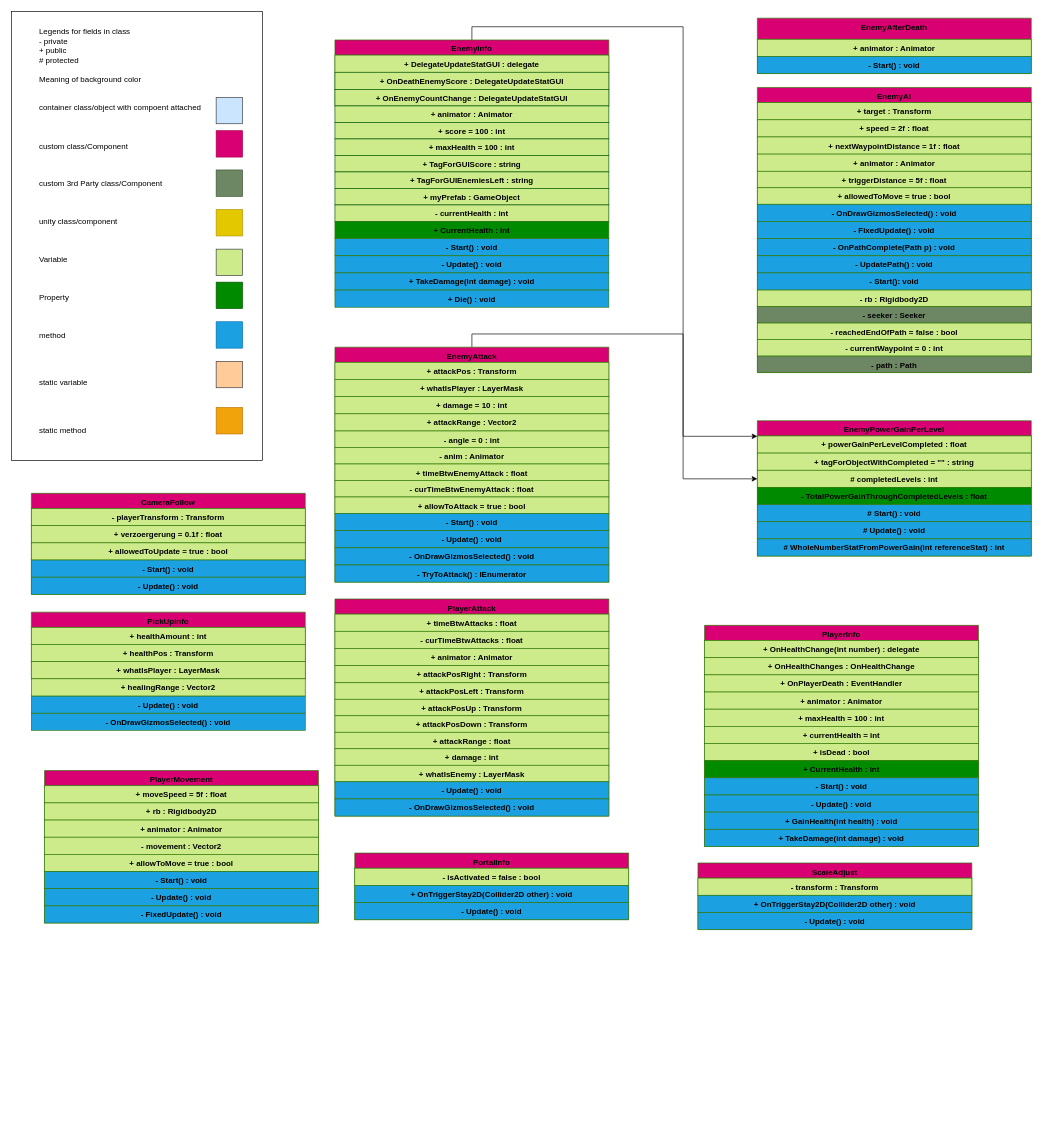
BoolPurist/Sunken-Castle keeps this draw.io diagram as Docs/Diagramms/ComponentMoveableObjectDiagramm.drawio. Above is the earlier version. Source tidied: cells renumbered, new cells numbered last; positions are measured from the earlier drawing's top-left corner, leaving out a move shared by most shapes. Both pictures are drawn from the tidied source at 66%, with x=0, y=0 at pixel (11, 11).
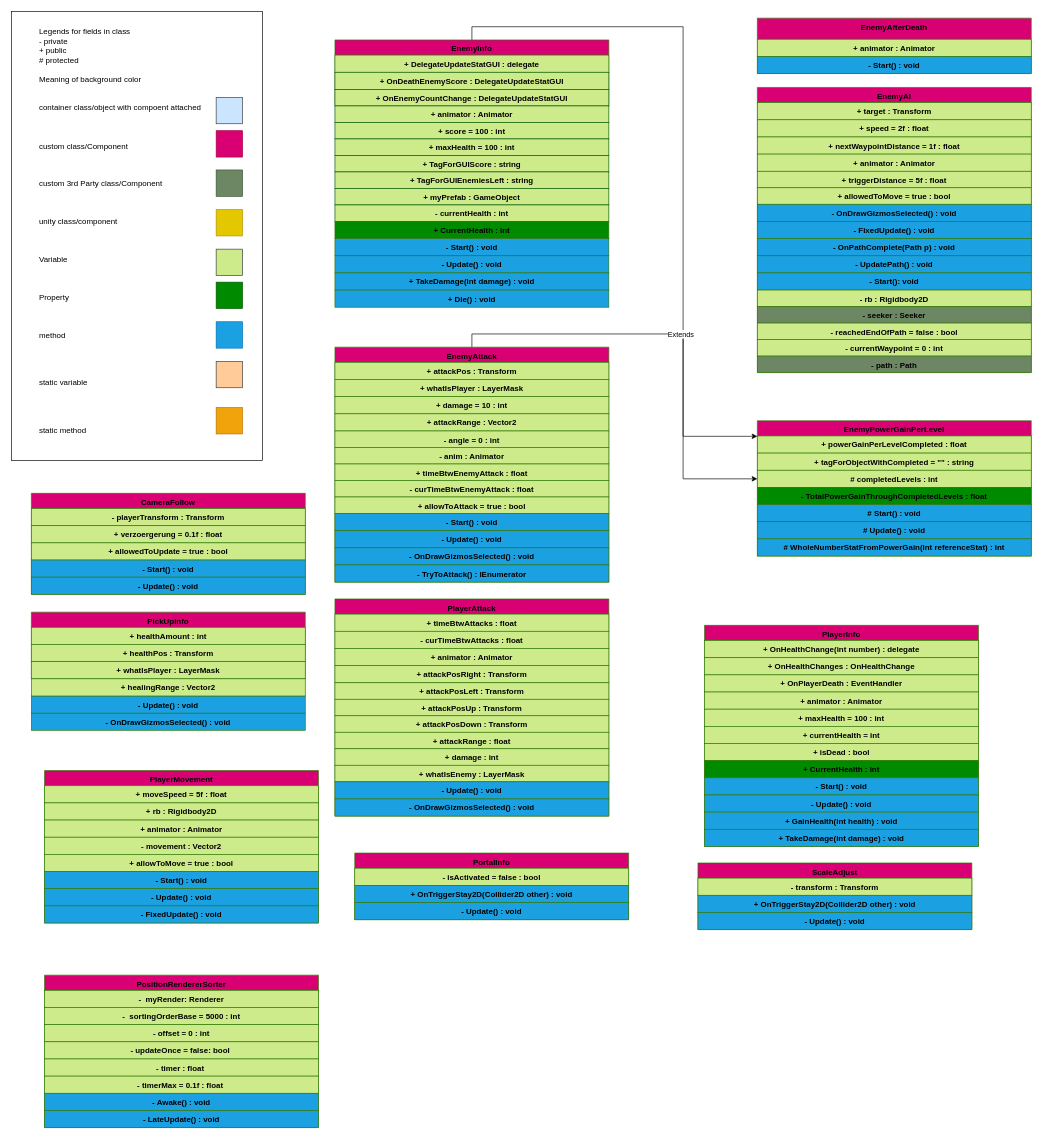
Above is the later version.

Commit message (it also covers changes not shown here):
Creating Diagramm and Refactured code for report.

Unchanged cells that the change refers to:
```xml
<mxCell id="32" value="EnemyAttack" style="swimlane;fontStyle=1;horizontal=1;fillColor=#D80073;fontColor=#000000;align=center;verticalAlign=top;strokeColor=#2D7600;gradientColor=none;spacingLeft=4;spacingRight=4;" parent="1" vertex="1">
  <mxGeometry x="490" y="508.5" width="415" height="356" as="geometry" />
</mxCell>
<mxCell id="125" value="# completedLevels : int" style="text;strokeColor=#2D7600;fillColor=#CDEB8B;align=center;verticalAlign=top;spacingLeft=4;spacingRight=4;overflow=hidden;points=[[0,0.5],[1,0.5]];portConstraint=eastwest;fontColor=#000000;fontStyle=1;" parent="122" vertex="1">
  <mxGeometry y="75" width="415" height="26" as="geometry" />
</mxCell>
```

Change to the diagram source:
```diff
@@
-    <mxCell id="31" style="edgeStyle=orthogonalEdgeStyle;rounded=0;jettySize=auto;html=1;exitX=0.5;exitY=0;exitDx=0;exitDy=0;entryX=0;entryY=0.5;entryDx=0;entryDy=0;" parent="1" edge="1" source="32" target="125">
+    <mxCell id="31" value="Extends" style="edgeStyle=orthogonalEdgeStyle;rounded=0;jettySize=auto;html=1;exitX=0.5;exitY=0;exitDx=0;exitDy=0;entryX=0;entryY=0.5;entryDx=0;entryDy=0;fontColor=#000000;" parent="1" edge="1" source="32" target="125">
       <mxGeometry relative="1" as="geometry" />
     </mxCell>
@@
+    <mxCell id="130" value="PositionRendererSorter" style="swimlane;fontStyle=1;horizontal=1;fillColor=#D80073;fontColor=#000000;align=center;verticalAlign=top;strokeColor=#2D7600;gradientColor=none;spacingLeft=4;spacingRight=4;" parent="1" vertex="1">
+      <mxGeometry x="50" y="1460" width="415" height="231" as="geometry" />
+    </mxCell>
+    <mxCell id="131" value="-  myRender: Renderer" style="text;strokeColor=#2D7600;fillColor=#CDEB8B;align=center;verticalAlign=top;spacingLeft=4;spacingRight=4;overflow=hidden;fontColor=#000000;fontStyle=1;" parent="130" vertex="1">
+      <mxGeometry y="23" width="415" height="26" as="geometry" />
+    </mxCell>
+    <mxCell id="132" value="-  sortingOrderBase = 5000 : int" style="text;strokeColor=#2D7600;fillColor=#CDEB8B;align=center;verticalAlign=top;spacingLeft=4;spacingRight=4;overflow=hidden;fontColor=#000000;fontStyle=1;" parent="130" vertex="1">
+      <mxGeometry y="49" width="415" height="26" as="geometry" />
+    </mxCell>
+    <mxCell id="133" value="- offset = 0 : int" style="text;strokeColor=#2D7600;fillColor=#CDEB8B;align=center;verticalAlign=top;spacingLeft=4;spacingRight=4;overflow=hidden;fontColor=#000000;fontStyle=1;" parent="130" vertex="1">
+      <mxGeometry y="75" width="415" height="26" as="geometry" />
+    </mxCell>
+    <mxCell id="134" value="- updateOnce = false: bool " style="text;strokeColor=#2D7600;fillColor=#CDEB8B;align=center;verticalAlign=top;spacingLeft=4;spacingRight=4;overflow=hidden;fontColor=#000000;fontStyle=1;" parent="130" vertex="1">
+      <mxGeometry y="101" width="415" height="26" as="geometry" />
+    </mxCell>
+    <mxCell id="135" value="- timer : float " style="text;strokeColor=#2D7600;fillColor=#CDEB8B;align=center;verticalAlign=top;spacingLeft=4;spacingRight=4;overflow=hidden;fontColor=#000000;fontStyle=1;" parent="130" vertex="1">
+      <mxGeometry y="127" width="415" height="26" as="geometry" />
+    </mxCell>
+    <mxCell id="136" value="- timerMax = 0.1f : float " style="text;strokeColor=#2D7600;fillColor=#CDEB8B;align=center;verticalAlign=top;spacingLeft=4;spacingRight=4;overflow=hidden;fontColor=#000000;fontStyle=1;" parent="130" vertex="1">
+      <mxGeometry y="153" width="415" height="26" as="geometry" />
+    </mxCell>
+    <mxCell id="137" value="- Awake() : void" style="text;strokeColor=#2D7600;fillColor=#1BA1E2;align=center;verticalAlign=top;spacingLeft=4;spacingRight=4;overflow=hidden;fontColor=#000000;fontStyle=1;" parent="130" vertex="1">
+      <mxGeometry y="179" width="415" height="26" as="geometry" />
+    </mxCell>
+    <mxCell id="138" value="- LateUpdate() : void" style="text;strokeColor=#2D7600;fillColor=#1BA1E2;align=center;verticalAlign=top;spacingLeft=4;spacingRight=4;overflow=hidden;fontColor=#000000;fontStyle=1;" parent="130" vertex="1">
+      <mxGeometry y="205" width="415" height="26" as="geometry" />
+    </mxCell>
```
